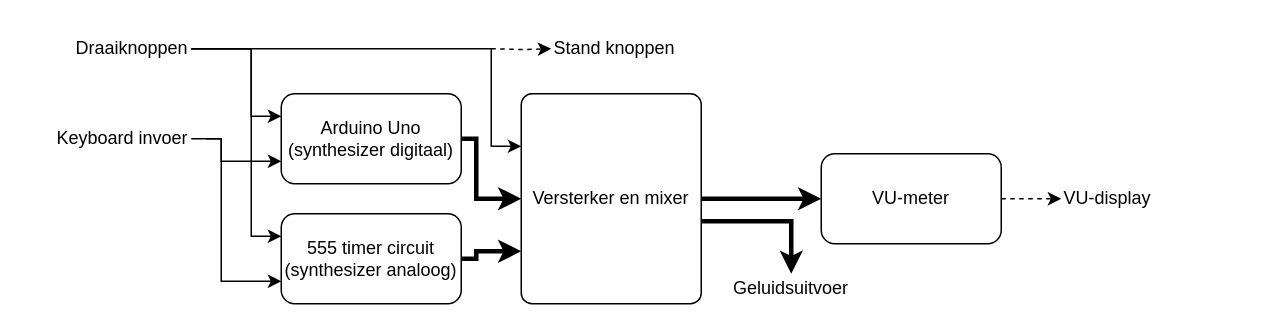
This is page "level 2" (2 of 2) of docs/stylofoon blokschema.drawio from lonkaars/avans-stylophone, a draw.io file, before an edit. Source tidied: cells renumbered, new cells numbered last; positions are measured from the earlier drawing's top-left corner, leaving out a move shared by most shapes. Both pictures are drawn from the tidied source at 150%, with x=0, y=0 at pixel (26, 33).
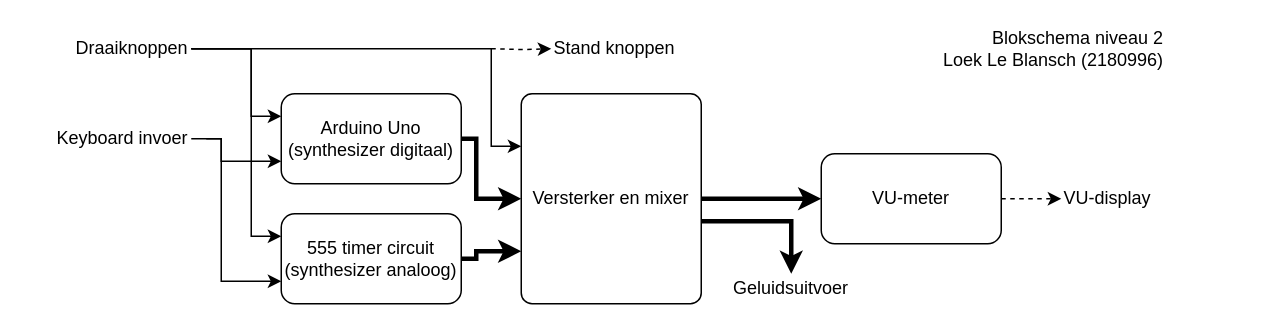
After the change.

The edit, as a diff of the source:
```diff
@@
+    <mxCell id="22" value="&lt;div style=&quot;text-align: right&quot;&gt;&lt;span&gt;Blokschema niveau 2&lt;/span&gt;&lt;/div&gt;&lt;div style=&quot;text-align: right&quot;&gt;&lt;span&gt;Loek Le Blansch (2180996)&lt;/span&gt;&lt;/div&gt;" style="text;html=1;strokeColor=none;fillColor=none;align=center;verticalAlign=middle;whiteSpace=wrap;rounded=0;" parent="1" vertex="1">
+      <mxGeometry x="600" y="-5" width="170" height="30" as="geometry" />
+    </mxCell>
```
